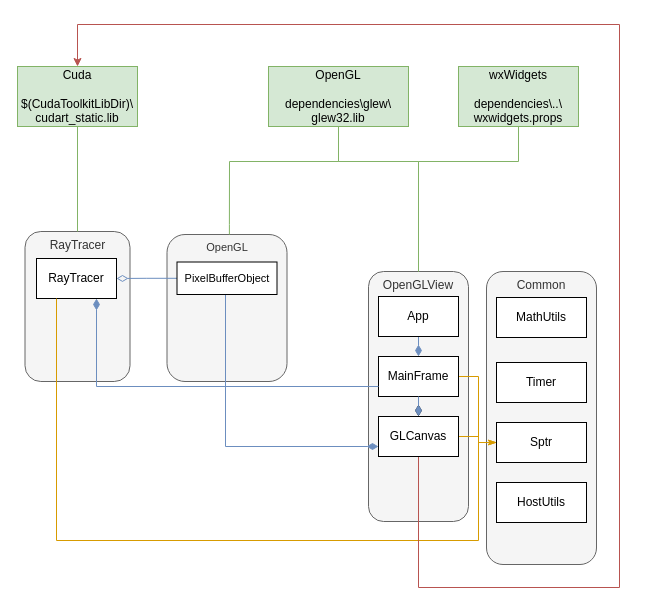
Earlier version of the draw.io diagram Documentation/design.drawio (ipilter/RayTracerTest). Source tidied: cells renumbered, new cells numbered last; positions are measured from the earlier drawing's top-left corner, leaving out a move shared by most shapes. Both pictures are drawn from the tidied source at 100%, with x=0, y=0 at pixel (17, 24).
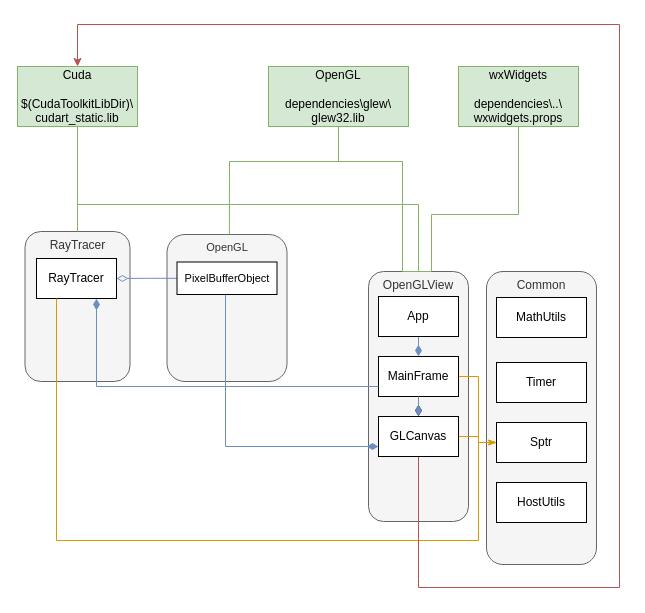
After the change.

The change refers to these unchanged cells:
```xml
<mxCell id="2" value="OpenGL" style="rounded=1;whiteSpace=wrap;html=1;fontFamily=Helvetica;fontSize=11;fontColor=#333333;verticalAlign=top;fillColor=#f5f5f5;strokeColor=#666666;" parent="1" vertex="1">
  <mxGeometry x="149.5" y="210" width="120" height="147" as="geometry" />
</mxCell>
<mxCell id="5" value="OpenGLView" style="rounded=1;whiteSpace=wrap;html=1;verticalAlign=top;fillColor=#f5f5f5;fontColor=#333333;strokeColor=#666666;" parent="1" vertex="1">
  <mxGeometry x="351" y="247" width="100" height="250" as="geometry" />
</mxCell>
<mxCell id="6" value="OpenGL&lt;br&gt;&lt;br&gt;dependencies\glew\&lt;br&gt;glew32.lib" style="rounded=0;whiteSpace=wrap;html=1;fillColor=#d5e8d4;strokeColor=#82b366;" parent="1" vertex="1">
  <mxGeometry x="251" y="42" width="140" height="60" as="geometry" />
</mxCell>
<mxCell id="7" value="Cuda&lt;br&gt;&lt;br&gt;$(CudaToolkitLibDir)\&lt;br&gt;cudart_static.lib" style="rounded=0;align=center;whiteSpace=wrap;html=1;fillColor=#d5e8d4;strokeColor=#82b366;" parent="1" vertex="1">
  <mxGeometry y="42" width="120" height="60" as="geometry" />
</mxCell>
<mxCell id="9" value="wxWidgets&lt;br&gt;&lt;br&gt;dependencies\..\&lt;br&gt;wxwidgets.props" style="rounded=0;whiteSpace=wrap;html=1;fillColor=#d5e8d4;strokeColor=#82b366;" parent="1" vertex="1">
  <mxGeometry x="441" y="42" width="120" height="60" as="geometry" />
</mxCell>
```

The edit, as a diff of the source:
```diff
@@
+    <mxCell id="32" style="edgeStyle=orthogonalEdgeStyle;rounded=0;jettySize=auto;html=1;strokeColor=#82B366;endArrow=none;endFill=0;" parent="1" edge="1" source="7" target="5">
+      <mxGeometry relative="1" as="geometry">
+        <Array as="points">
+          <mxPoint x="60" y="180" />
+          <mxPoint x="401" y="180" />
+        </Array>
+      </mxGeometry>
+    </mxCell>
@@
     <mxCell id="8" style="edgeStyle=orthogonalEdgeStyle;shape=connector;rounded=0;jettySize=auto;html=1;entryX=0.5;entryY=0;entryDx=0;entryDy=0;labelBackgroundColor=default;strokeColor=#82b366;fontFamily=Helvetica;fontSize=11;fontColor=default;endArrow=none;endFill=0;endSize=9;startArrow=none;startFill=0;fillColor=#d5e8d4;" parent="1" edge="1" source="9" target="5">
       <mxGeometry relative="1" as="geometry">
         <Array as="points">
-          <mxPoint x="501" y="137" />
-          <mxPoint x="401" y="137" />
+          <mxPoint x="501" y="190" />
+          <mxPoint x="414" y="190" />
+          <mxPoint x="414" y="247" />
         </Array>
       </mxGeometry>
     </mxCell>
@@
     <mxCell id="25" style="edgeStyle=orthogonalEdgeStyle;rounded=0;jettySize=auto;html=1;exitX=0.5;exitY=0;exitDx=0;exitDy=0;endArrow=none;endFill=0;fillColor=#d5e8d4;strokeColor=#82b366;" parent="1" edge="1" source="5" target="6">
       <mxGeometry relative="1" as="geometry">
         <Array as="points">
-          <mxPoint x="401" y="137" />
+          <mxPoint x="385" y="247" />
+          <mxPoint x="385" y="137" />
           <mxPoint x="321" y="137" />
         </Array>
       </mxGeometry>
     </mxCell>
@@
-    <mxCell id="30" style="edgeStyle=orthogonalEdgeStyle;shape=connector;rounded=0;jettySize=auto;html=1;entryX=0.535;entryY=1;entryDx=0;entryDy=0;labelBackgroundColor=default;strokeColor=#82b366;fontFamily=Helvetica;fontSize=11;fontColor=default;startArrow=none;startFill=0;endArrow=none;endFill=0;endSize=9;fillColor=#d5e8d4;exitX=0.52;exitY=0;exitDx=0;exitDy=0;exitPerimeter=0;entryPerimeter=0;" parent="1" edge="1" source="2" target="6">
+    <mxCell id="30" style="edgeStyle=orthogonalEdgeStyle;shape=connector;rounded=0;jettySize=auto;html=1;entryX=0.535;entryY=1;entryDx=0;entryDy=0;labelBackgroundColor=default;strokeColor=#82B366;fontFamily=Helvetica;fontSize=11;fontColor=default;startArrow=none;startFill=0;endArrow=none;endFill=0;endSize=9;fillColor=#d5e8d4;exitX=0.52;exitY=0;exitDx=0;exitDy=0;exitPerimeter=0;entryPerimeter=0;" parent="1" edge="1" source="2" target="6">
       <mxGeometry relative="1" as="geometry">
         <Array as="points">
           <mxPoint x="212" y="200" />
           <mxPoint x="212" y="137" />
           <mxPoint x="321" y="137" />
           <mxPoint x="321" y="102" />
         </Array>
       </mxGeometry>
     </mxCell>
```
